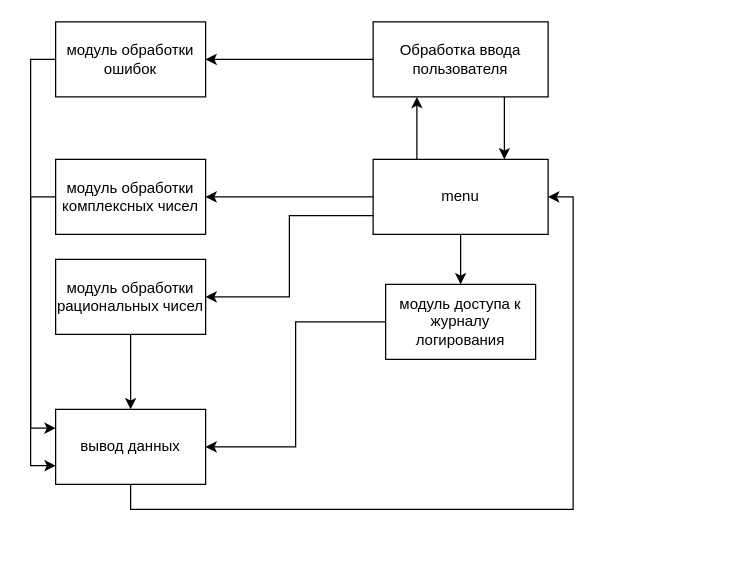
Earlier version of the draw.io diagram architecture.drawio (Vladimir230291/Calculate2.0). Source tidied: cells renumbered, new cells numbered last; positions are measured from the earlier drawing's top-left corner, leaving out a move shared by most shapes. Both pictures are drawn from the tidied source at 125%, with x=0, y=0 at pixel (55, 21).
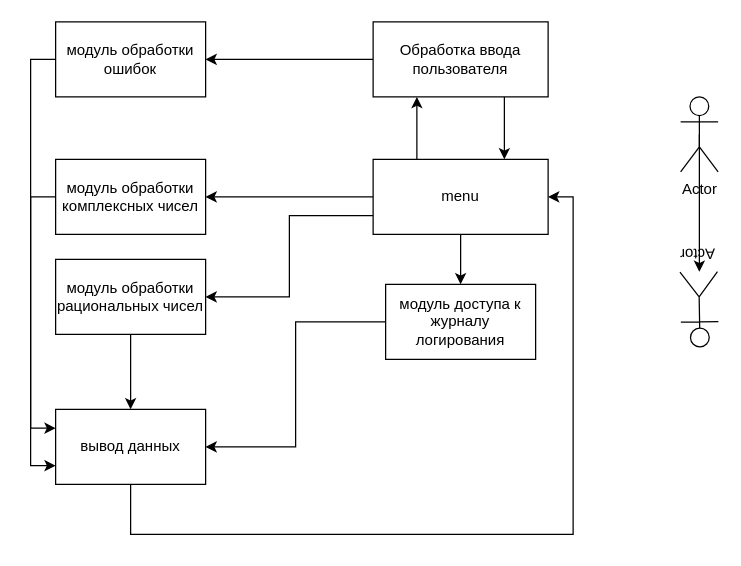
The same diagram, later.

The change refers to these unchanged cells:
```xml
<mxCell id="6" value="menu" style="rounded=0;whiteSpace=wrap;html=1;" parent="1" vertex="1">
  <mxGeometry x="254" y="110" width="140" height="60" as="geometry" />
</mxCell>
<mxCell id="19" value="вывод данных" style="whiteSpace=wrap;html=1;" parent="1" vertex="1">
  <mxGeometry y="310" width="120" height="60" as="geometry" />
</mxCell>
```

Change to the diagram source:
```diff
@@
     <mxCell id="18" style="edgeStyle=orthogonalEdgeStyle;rounded=0;jettySize=auto;html=1;exitX=0.5;exitY=1;exitDx=0;exitDy=0;entryX=1;entryY=0.5;entryDx=0;entryDy=0;" parent="1" edge="1" source="19" target="6">
-      <mxGeometry relative="1" as="geometry" />
+      <mxGeometry relative="1" as="geometry">
+        <Array as="points">
+          <mxPoint x="60" y="410" />
+          <mxPoint x="414" y="410" />
+          <mxPoint x="414" y="140" />
+        </Array>
+      </mxGeometry>
     </mxCell>
@@
+    <mxCell id="20" style="edgeStyle=orthogonalEdgeStyle;rounded=0;jettySize=auto;html=1;exitX=0.5;exitY=0.5;exitDx=0;exitDy=0;exitPerimeter=0;" parent="1" edge="1" source="21" target="22">
+      <mxGeometry relative="1" as="geometry" />
+    </mxCell>
+    <mxCell id="21" value="Actor" style="shape=umlActor;verticalLabelPosition=bottom;verticalAlign=top;html=1;outlineConnect=0;" parent="1" vertex="1">
+      <mxGeometry x="500" y="60" width="30" height="60" as="geometry" />
+    </mxCell>
+    <mxCell id="22" value="Actor" style="shape=umlActor;verticalLabelPosition=bottom;verticalAlign=top;html=1;outlineConnect=0;rotation=-181;" parent="1" vertex="1">
+      <mxGeometry x="500" y="200" width="30" height="60" as="geometry" />
+    </mxCell>
```
